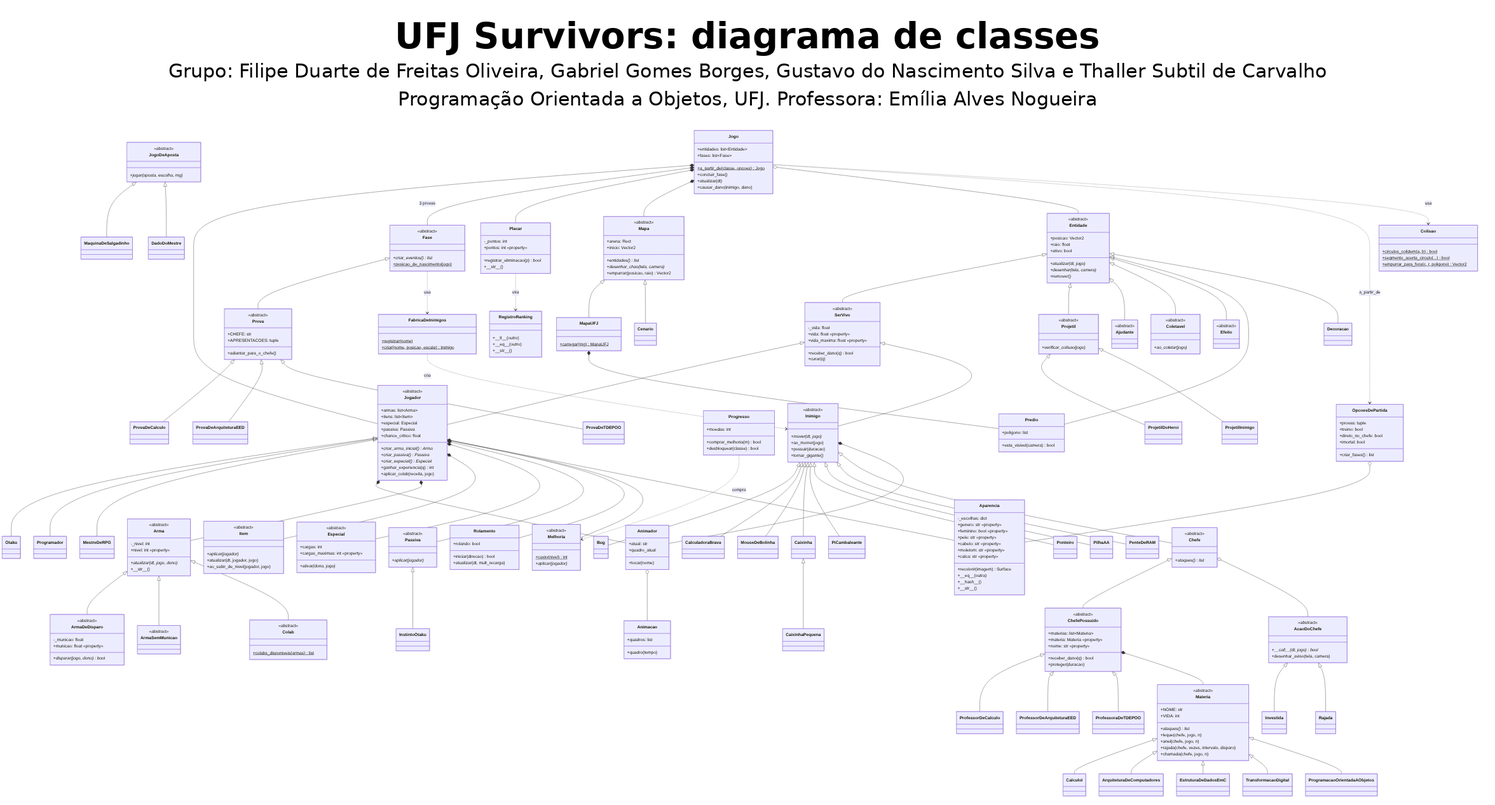
This is docs/entregas/diagrama_classes.png from thallersubtil/UFJ-Survivors, a Mermaid export, as it was before one commit. Its source is kept beside it as docs/diagrama_classes.mmd.
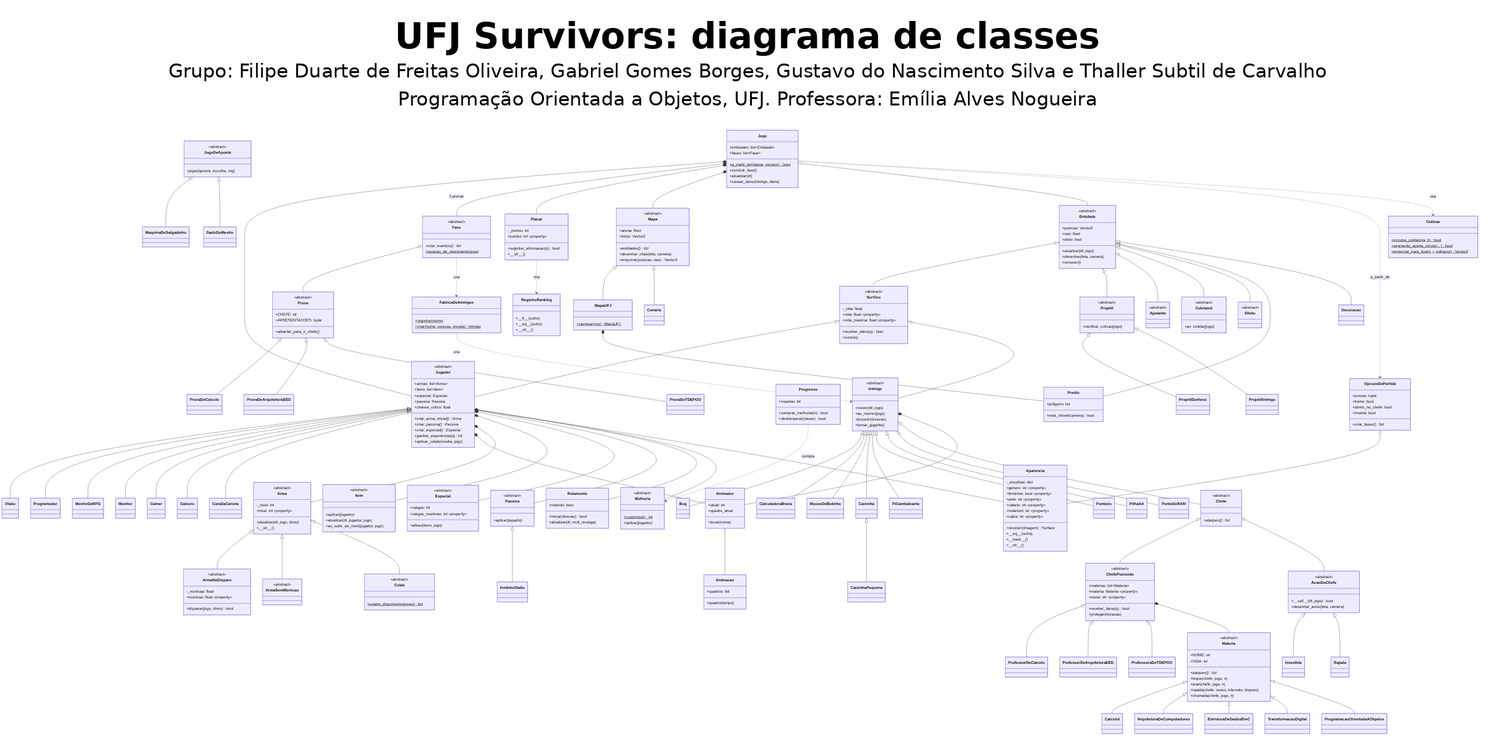
After the commit.

The edit, as a diff of the source:
```diff
@@ -33,6 +33,10 @@
     class Otaku
     class Programador
     class MestreDeRPG
+    class Monitor
+    class Gamer
+    class Calouro
+    class CaraDaCarona
     class Inimigo {
         <<abstract>>
         +mover(dt, jogo)*
@@ -260,6 +264,10 @@
     Jogador <|-- Otaku
     Jogador <|-- Programador
     Jogador <|-- MestreDeRPG
+    Jogador <|-- Monitor
+    Jogador <|-- Gamer
+    Jogador <|-- Calouro
+    Jogador <|-- CaraDaCarona
     Passiva <|-- InstintoOtaku
     Inimigo <|-- Bug
     Inimigo <|-- CalculadoraBrava
```
